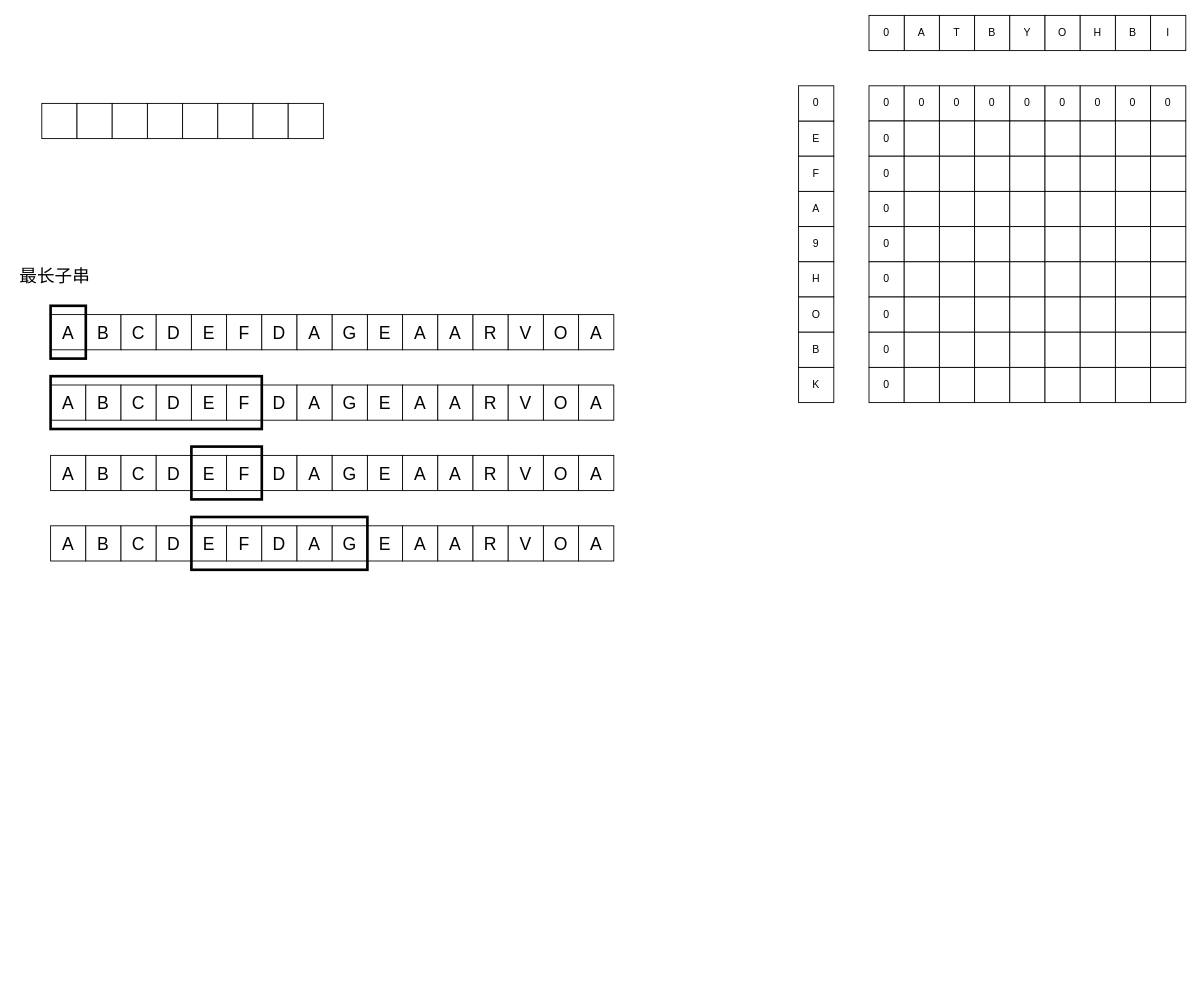
Before: 数据结构.drawio in WFTGF2024/UML, a draw.io diagram. Source tidied: cells renumbered, new cells numbered last; positions are measured from the earlier drawing's top-left corner, leaving out a move shared by most shapes. Both pictures are drawn from the tidied source at 88%, with x=0, y=0 at pixel (15, 15).
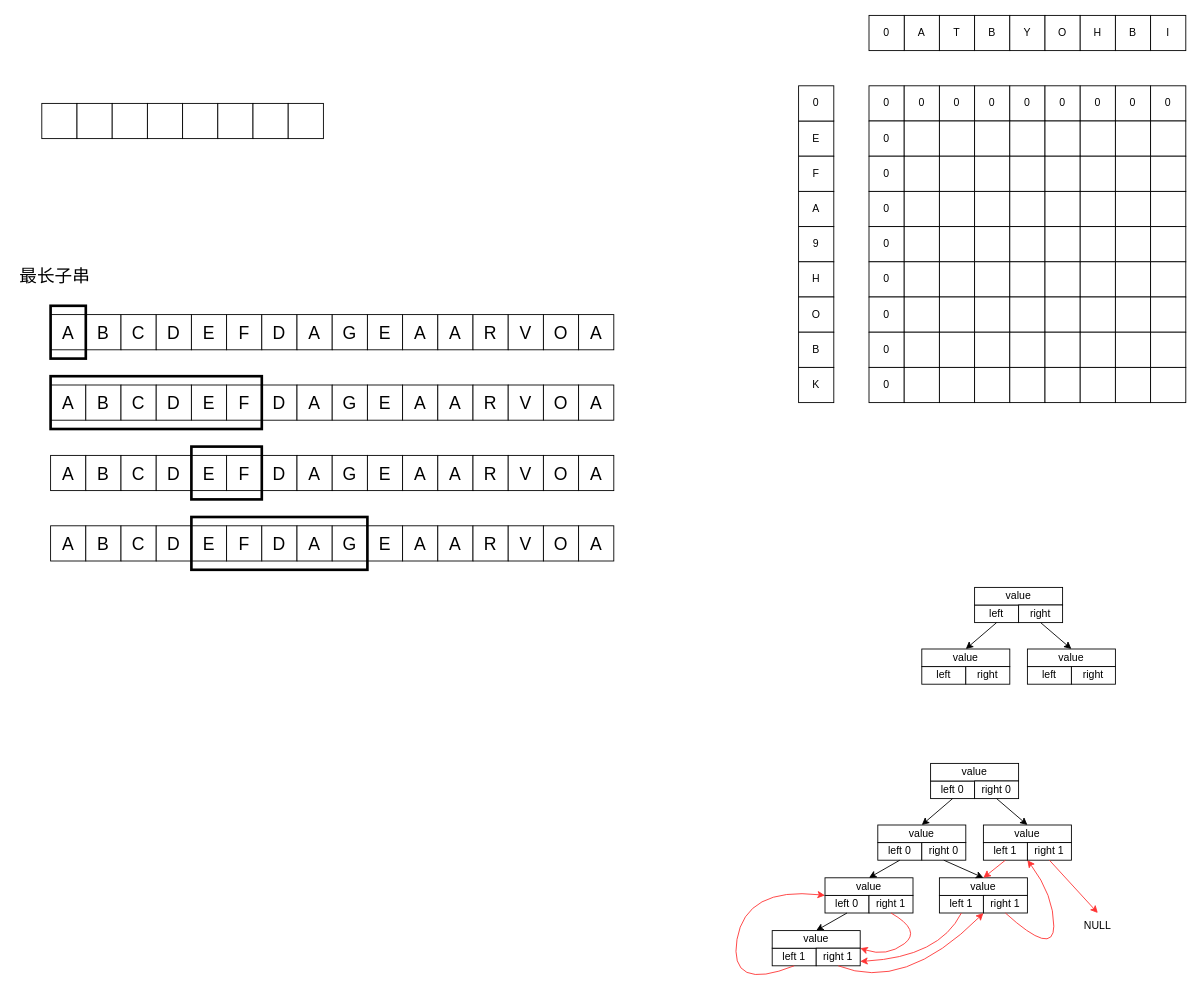
Above is the later version.

Commit message:
更新数据结构.drawio

Change to the diagram source:
```diff
@@
+    <mxCell id="178" value="left" style="rounded=0;whiteSpace=wrap;html=1;" parent="1" vertex="1">
+      <mxGeometry x="1090" y="670" width="50" height="20" as="geometry" />
+    </mxCell>
+    <mxCell id="179" value="value" style="rounded=0;whiteSpace=wrap;html=1;" parent="1" vertex="1">
+      <mxGeometry x="1090" y="650" width="100" height="20" as="geometry" />
+    </mxCell>
+    <mxCell id="180" value="right" style="rounded=0;whiteSpace=wrap;html=1;" parent="1" vertex="1">
+      <mxGeometry x="1140" y="670" width="50" height="20" as="geometry" />
+    </mxCell>
+    <mxCell id="181" style="endArrow=classic;html=1;rounded=0;exitX=0.5;exitY=1;exitDx=0;exitDy=0;entryX=0.5;entryY=0;entryDx=0;entryDy=0;" parent="1" edge="1" source="178" target="183">
+      <mxGeometry relative="1" as="geometry" />
+    </mxCell>
+    <mxCell id="182" value="left" style="rounded=0;whiteSpace=wrap;html=1;" parent="1" vertex="1">
+      <mxGeometry x="1030" y="740" width="50" height="20" as="geometry" />
+    </mxCell>
+    <mxCell id="183" value="value" style="rounded=0;whiteSpace=wrap;html=1;" parent="1" vertex="1">
+      <mxGeometry x="1030" y="720" width="100" height="20" as="geometry" />
+    </mxCell>
+    <mxCell id="184" value="right" style="rounded=0;whiteSpace=wrap;html=1;" parent="1" vertex="1">
+      <mxGeometry x="1080" y="740" width="50" height="20" as="geometry" />
+    </mxCell>
+    <mxCell id="185" value="left" style="rounded=0;whiteSpace=wrap;html=1;" parent="1" vertex="1">
+      <mxGeometry x="1150" y="740" width="50" height="20" as="geometry" />
+    </mxCell>
+    <mxCell id="186" value="value" style="rounded=0;whiteSpace=wrap;html=1;" parent="1" vertex="1">
+      <mxGeometry x="1150" y="720" width="100" height="20" as="geometry" />
+    </mxCell>
+    <mxCell id="187" value="right" style="rounded=0;whiteSpace=wrap;html=1;" parent="1" vertex="1">
+      <mxGeometry x="1200" y="740" width="50" height="20" as="geometry" />
+    </mxCell>
+    <mxCell id="188" style="endArrow=classic;html=1;rounded=0;exitX=0.5;exitY=1;exitDx=0;exitDy=0;entryX=0.5;entryY=0;entryDx=0;entryDy=0;" parent="1" edge="1" source="180" target="186">
+      <mxGeometry relative="1" as="geometry" />
+    </mxCell>
+    <mxCell id="189" value="left 0" style="rounded=0;whiteSpace=wrap;html=1;" parent="1" vertex="1">
+      <mxGeometry x="1040" y="870" width="50" height="20" as="geometry" />
+    </mxCell>
+    <mxCell id="190" value="value" style="rounded=0;whiteSpace=wrap;html=1;" parent="1" vertex="1">
+      <mxGeometry x="1040" y="850" width="100" height="20" as="geometry" />
+    </mxCell>
+    <mxCell id="191" value="right 0" style="rounded=0;whiteSpace=wrap;html=1;" parent="1" vertex="1">
+      <mxGeometry x="1090" y="870" width="50" height="20" as="geometry" />
+    </mxCell>
+    <mxCell id="192" style="endArrow=classic;html=1;rounded=0;exitX=0.5;exitY=1;exitDx=0;exitDy=0;entryX=0.5;entryY=0;entryDx=0;entryDy=0;" parent="1" edge="1" source="189" target="194">
+      <mxGeometry relative="1" as="geometry" />
+    </mxCell>
+    <mxCell id="193" value="left 0" style="rounded=0;whiteSpace=wrap;html=1;" parent="1" vertex="1">
+      <mxGeometry x="980" y="940" width="50" height="20" as="geometry" />
+    </mxCell>
+    <mxCell id="194" value="value" style="rounded=0;whiteSpace=wrap;html=1;" parent="1" vertex="1">
+      <mxGeometry x="980" y="920" width="100" height="20" as="geometry" />
+    </mxCell>
+    <mxCell id="195" value="right 0" style="rounded=0;whiteSpace=wrap;html=1;" parent="1" vertex="1">
+      <mxGeometry x="1030" y="940" width="50" height="20" as="geometry" />
+    </mxCell>
+    <mxCell id="196" value="left 1" style="rounded=0;whiteSpace=wrap;html=1;" parent="1" vertex="1">
+      <mxGeometry x="1100" y="940" width="50" height="20" as="geometry" />
+    </mxCell>
+    <mxCell id="197" value="value" style="rounded=0;whiteSpace=wrap;html=1;" parent="1" vertex="1">
+      <mxGeometry x="1100" y="920" width="100" height="20" as="geometry" />
+    </mxCell>
+    <mxCell id="198" value="right 1" style="rounded=0;whiteSpace=wrap;html=1;" parent="1" vertex="1">
+      <mxGeometry x="1150" y="940" width="50" height="20" as="geometry" />
+    </mxCell>
+    <mxCell id="199" style="endArrow=classic;html=1;rounded=0;exitX=0.5;exitY=1;exitDx=0;exitDy=0;entryX=0.5;entryY=0;entryDx=0;entryDy=0;" parent="1" edge="1" source="191" target="197">
+      <mxGeometry relative="1" as="geometry" />
+    </mxCell>
+    <mxCell id="200" value="left 0" style="rounded=0;whiteSpace=wrap;html=1;" parent="1" vertex="1">
+      <mxGeometry x="920" y="1000" width="50" height="20" as="geometry" />
+    </mxCell>
+    <mxCell id="201" value="value" style="rounded=0;whiteSpace=wrap;html=1;" parent="1" vertex="1">
+      <mxGeometry x="920" y="980" width="100" height="20" as="geometry" />
+    </mxCell>
+    <mxCell id="202" value="right 1" style="rounded=0;whiteSpace=wrap;html=1;" parent="1" vertex="1">
+      <mxGeometry x="970" y="1000" width="50" height="20" as="geometry" />
+    </mxCell>
+    <mxCell id="203" style="endArrow=classic;html=1;rounded=0;exitX=0.5;exitY=1;exitDx=0;exitDy=0;entryX=0.5;entryY=0;entryDx=0;entryDy=0;" parent="1" edge="1" source="200" target="205">
+      <mxGeometry relative="1" as="geometry" />
+    </mxCell>
+    <mxCell id="204" value="left 1" style="rounded=0;whiteSpace=wrap;html=1;" parent="1" vertex="1">
+      <mxGeometry x="860" y="1060" width="50" height="20" as="geometry" />
+    </mxCell>
+    <mxCell id="205" value="value" style="rounded=0;whiteSpace=wrap;html=1;" parent="1" vertex="1">
+      <mxGeometry x="860" y="1040" width="100" height="20" as="geometry" />
+    </mxCell>
+    <mxCell id="206" value="right 1" style="rounded=0;whiteSpace=wrap;html=1;" parent="1" vertex="1">
+      <mxGeometry x="910" y="1060" width="50" height="20" as="geometry" />
+    </mxCell>
+    <mxCell id="207" value="left 1" style="rounded=0;whiteSpace=wrap;html=1;" parent="1" vertex="1">
+      <mxGeometry x="1050" y="1000" width="50" height="20" as="geometry" />
+    </mxCell>
+    <mxCell id="208" value="value" style="rounded=0;whiteSpace=wrap;html=1;" parent="1" vertex="1">
+      <mxGeometry x="1050" y="980" width="100" height="20" as="geometry" />
+    </mxCell>
+    <mxCell id="209" value="right 1" style="rounded=0;whiteSpace=wrap;html=1;" parent="1" vertex="1">
+      <mxGeometry x="1100" y="1000" width="50" height="20" as="geometry" />
+    </mxCell>
+    <mxCell id="210" style="endArrow=classic;html=1;rounded=0;exitX=0.5;exitY=1;exitDx=0;exitDy=0;entryX=0.5;entryY=0;entryDx=0;entryDy=0;" parent="1" edge="1" source="193" target="201">
+      <mxGeometry relative="1" as="geometry" />
+    </mxCell>
+    <mxCell id="211" style="endArrow=classic;html=1;rounded=0;exitX=0.5;exitY=1;exitDx=0;exitDy=0;entryX=0.5;entryY=0;entryDx=0;entryDy=0;" parent="1" edge="1" source="195" target="208">
+      <mxGeometry relative="1" as="geometry" />
+    </mxCell>
+    <mxCell id="212" style="curved=1;endArrow=classic;html=1;rounded=0;exitX=0.5;exitY=1;exitDx=0;exitDy=0;entryX=0;entryY=1;entryDx=0;entryDy=0;strokeColor=#FF3333;" parent="1" edge="1" source="204" target="201">
+      <mxGeometry relative="1" as="geometry">
+        <Array as="points">
+          <mxPoint x="810" y="1110" />
+          <mxPoint x="830" y="990" />
+        </Array>
+      </mxGeometry>
+    </mxCell>
+    <mxCell id="213" style="curved=1;endArrow=classic;html=1;rounded=0;exitX=0.5;exitY=1;exitDx=0;exitDy=0;entryX=1;entryY=1;entryDx=0;entryDy=0;strokeColor=#FF3333;" parent="1" edge="1" source="206" target="207">
+      <mxGeometry relative="1" as="geometry">
+        <Array as="points">
+          <mxPoint x="1010" y="1110" />
+        </Array>
+      </mxGeometry>
+    </mxCell>
+    <mxCell id="214" style="curved=1;endArrow=classic;html=1;rounded=0;exitX=0.5;exitY=1;exitDx=0;exitDy=0;entryX=1;entryY=0;entryDx=0;entryDy=0;strokeColor=#FF3333;" parent="1" edge="1" source="202" target="206">
+      <mxGeometry relative="1" as="geometry">
+        <Array as="points">
+          <mxPoint x="1030" y="1040" />
+          <mxPoint x="990" y="1070" />
+        </Array>
+      </mxGeometry>
+    </mxCell>
+    <mxCell id="215" style="endArrow=classic;html=1;rounded=0;exitX=0.5;exitY=1;exitDx=0;exitDy=0;strokeColor=#FF3333;fillColor=#f8cecc;" parent="1" edge="1" source="198">
+      <mxGeometry relative="1" as="geometry">
+        <mxPoint x="1230" y="1020" as="targetPoint" />
+      </mxGeometry>
+    </mxCell>
+    <mxCell id="216" value="NULL" style="text;html=1;align=center;verticalAlign=middle;whiteSpace=wrap;rounded=0;" parent="1" vertex="1">
+      <mxGeometry x="1200" y="1020" width="60" height="30" as="geometry" />
+    </mxCell>
+    <mxCell id="217" style="curved=1;endArrow=classic;html=1;rounded=0;exitX=0.5;exitY=1;exitDx=0;exitDy=0;entryX=0;entryY=1;entryDx=0;entryDy=0;strokeColor=#FF3333;" parent="1" edge="1" source="209" target="198">
+      <mxGeometry relative="1" as="geometry">
+        <Array as="points">
+          <mxPoint x="1180" y="1070" />
+          <mxPoint x="1180" y="1000" />
+        </Array>
+      </mxGeometry>
+    </mxCell>
+    <mxCell id="218" style="curved=1;endArrow=classic;html=1;rounded=0;exitX=0.5;exitY=1;exitDx=0;exitDy=0;entryX=1;entryY=0.75;entryDx=0;entryDy=0;strokeColor=#FF3333;" parent="1" edge="1" source="207" target="206">
+      <mxGeometry relative="1" as="geometry">
+        <Array as="points">
+          <mxPoint x="1050" y="1070" />
+        </Array>
+      </mxGeometry>
+    </mxCell>
+    <mxCell id="219" style="endArrow=classic;html=1;rounded=0;exitX=0.5;exitY=1;exitDx=0;exitDy=0;entryX=0.5;entryY=0;entryDx=0;entryDy=0;strokeColor=#FF3333;" parent="1" edge="1" source="196" target="208">
+      <mxGeometry relative="1" as="geometry" />
+    </mxCell>
```
